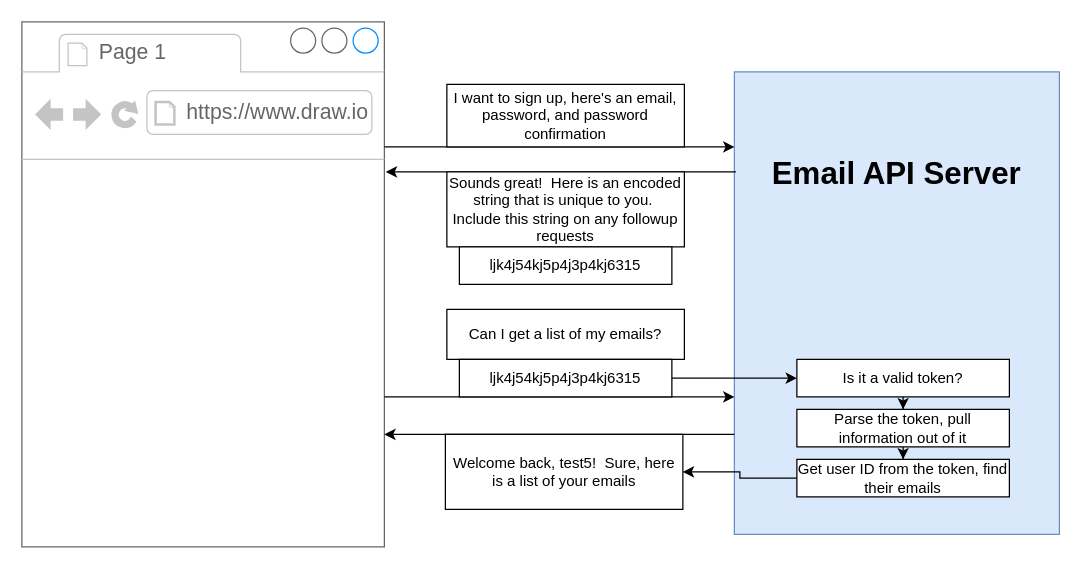
The draw.io diagram page "05 - cookies" (5 of 9) of diagrams/auth/diagrams.drawio in StephenGrider/ng-casts, before the edit. Source tidied: cells renumbered, new cells numbered last; positions are measured from the earlier drawing's top-left corner, leaving out a move shared by most shapes. Both pictures are drawn from the tidied source at 125%, with x=0, y=0 at pixel (21, 21).
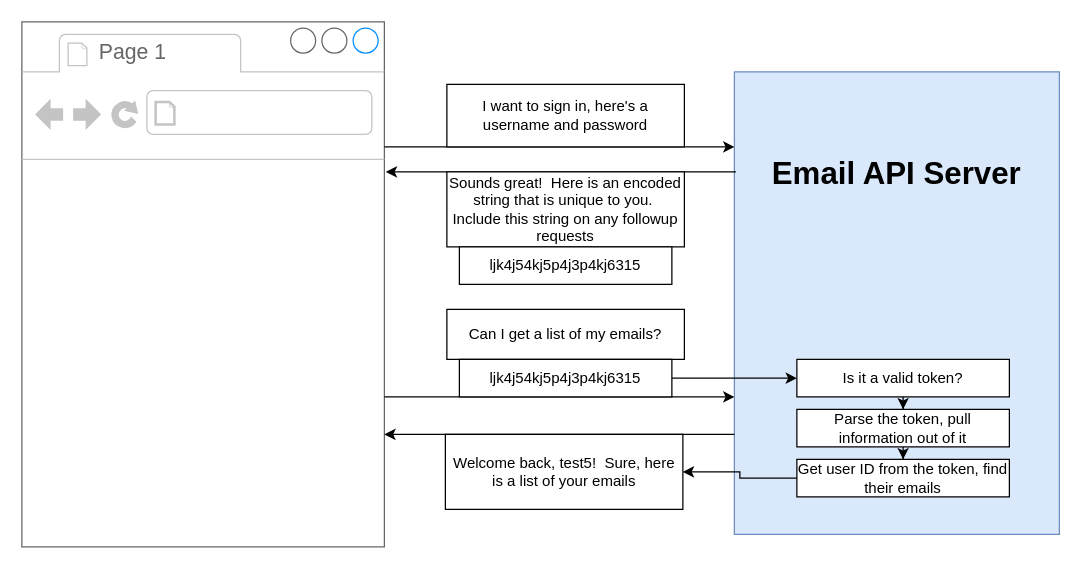
After the change.

Unchanged cells that the change refers to:
```xml
<mxCell id="2" style="strokeWidth=1;shadow=0;dashed=0;align=center;html=1;shape=mxgraph.mockup.containers.browserWindow;rSize=0;strokeColor=#666666;strokeColor2=#008cff;strokeColor3=#c4c4c4;mainText=,;fontSize=13;" parent="1" vertex="1">
  <mxGeometry width="290" height="420" as="geometry" />
</mxCell>
```

Change to the diagram source:
```diff
@@
-    <mxCell id="4" value="https://www.draw.io" style="strokeWidth=1;shadow=0;dashed=0;align=center;html=1;shape=mxgraph.mockup.containers.anchor;rSize=0;fontSize=17;fontColor=#666666;align=left;" parent="2" vertex="1">
+    <mxCell id="4" style="strokeWidth=1;shadow=0;dashed=0;align=center;html=1;shape=mxgraph.mockup.containers.anchor;rSize=0;fontSize=17;fontColor=#666666;align=left;" parent="2" vertex="1">
       <mxGeometry x="130" y="60" width="250" height="26" as="geometry" />
     </mxCell>
@@
-    <mxCell id="7" value="I want to sign up, here's an email, password, and password confirmation" style="rounded=0;whiteSpace=wrap;html=1;fontSize=12;align=center;" parent="1" vertex="1">
+    <mxCell id="7" value="I want to sign in, here's a username and password" style="rounded=0;whiteSpace=wrap;html=1;fontSize=12;align=center;" parent="1" vertex="1">
       <mxGeometry x="340" y="50" width="190" height="50" as="geometry" />
     </mxCell>
```
